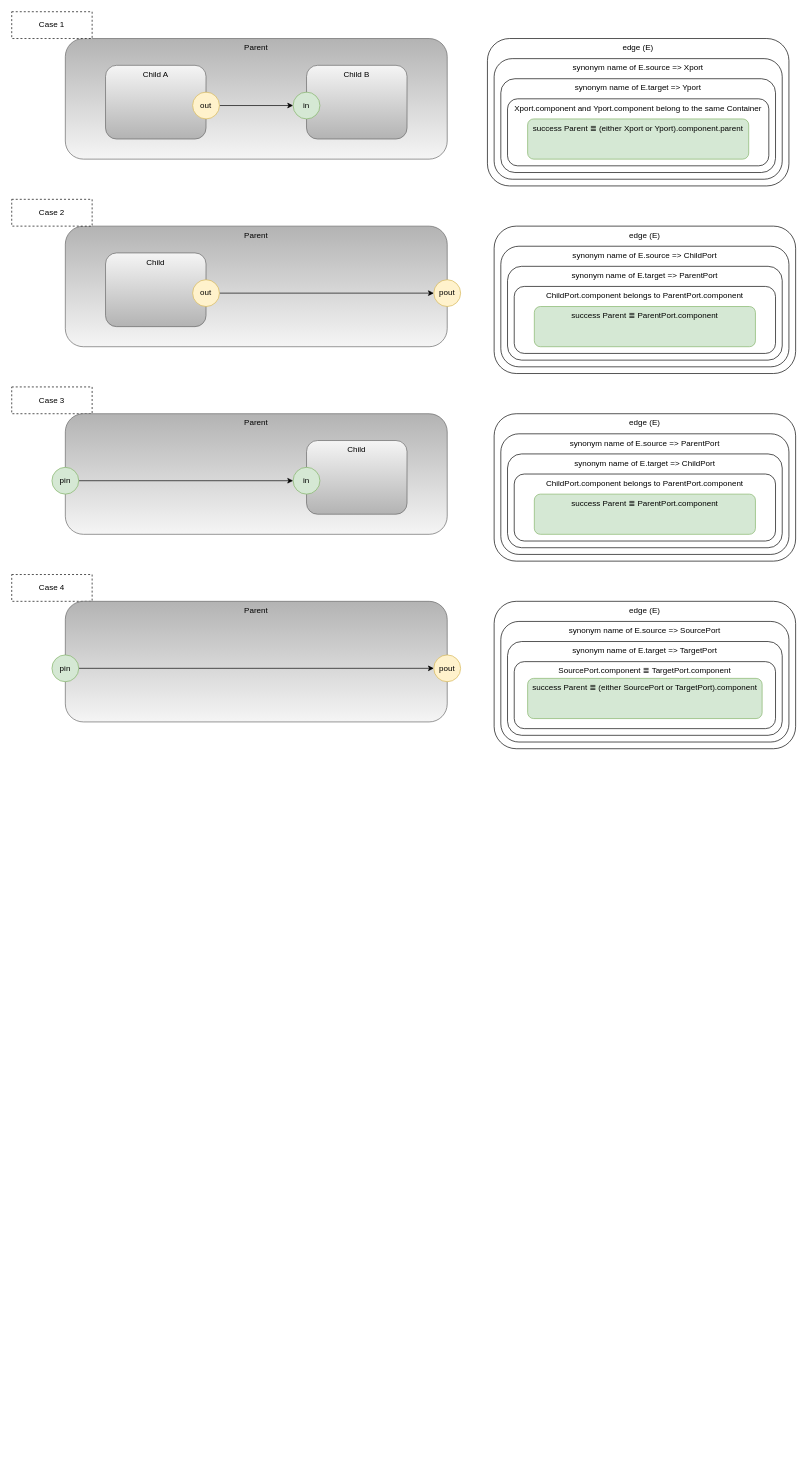
The draw.io diagram page "evaluation" (2 of 2) of das2f/connection containment.drawio in guitarvydas/das2json, before the edit. Source tidied: cells renumbered, new cells numbered last; positions are measured from the earlier drawing's top-left corner, leaving out a move shared by most shapes. Both pictures are drawn from the tidied source at 67%, with x=0, y=0 at pixel (11, 11).
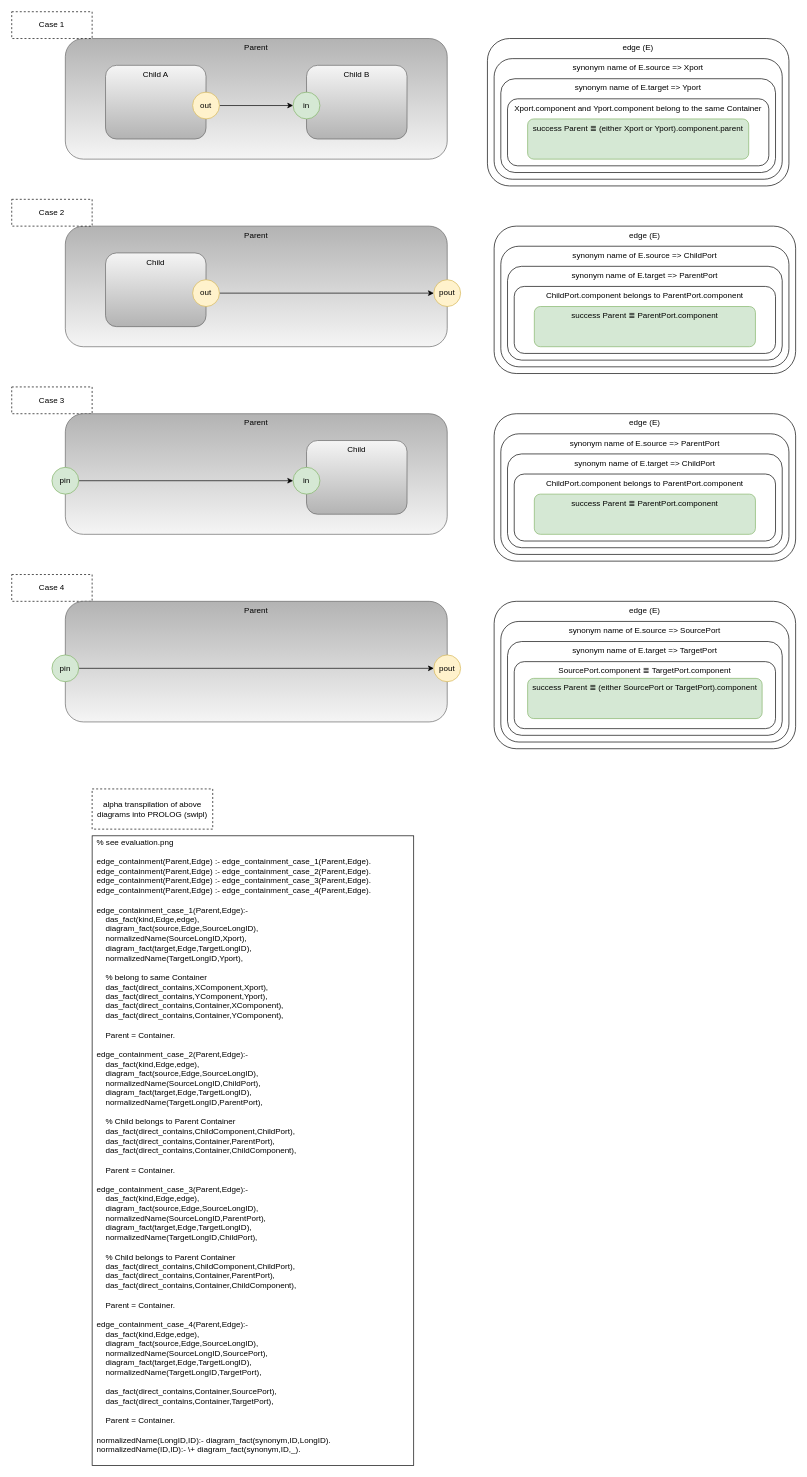
The same page after the edit.

The edit, as a diff of the source:
```diff
@@
+    <mxCell id="46" value="&lt;div&gt;% see evaluation.png&lt;/div&gt;&lt;div&gt;&lt;br&gt;&lt;/div&gt;&lt;div&gt;edge_containment(Parent,Edge) :- edge_containment_case_1(Parent,Edge).&lt;/div&gt;&lt;div&gt;edge_containment(Parent,Edge) :- edge_containment_case_2(Parent,Edge).&lt;/div&gt;&lt;div&gt;edge_containment(Parent,Edge) :- edge_containment_case_3(Parent,Edge).&lt;/div&gt;&lt;div&gt;edge_containment(Parent,Edge) :- edge_containment_case_4(Parent,Edge).&lt;/div&gt;&lt;div&gt;&lt;br&gt;&lt;/div&gt;&lt;div&gt;edge_containment_case_1(Parent,Edge):-&lt;/div&gt;&lt;div&gt;&amp;nbsp; &amp;nbsp; das_fact(kind,Edge,edge),&lt;/div&gt;&lt;div&gt;&amp;nbsp; &amp;nbsp; diagram_fact(source,Edge,SourceLongID),&lt;/div&gt;&lt;div&gt;&amp;nbsp; &amp;nbsp; normalizedName(SourceLongID,Xport),&lt;/div&gt;&lt;div&gt;&amp;nbsp; &amp;nbsp; diagram_fact(target,Edge,TargetLongID),&lt;/div&gt;&lt;div&gt;&amp;nbsp; &amp;nbsp; normalizedName(TargetLongID,Yport),&lt;/div&gt;&lt;div&gt;&amp;nbsp; &amp;nbsp;&amp;nbsp;&lt;/div&gt;&lt;div&gt;&amp;nbsp; &amp;nbsp; % belong to same Container&lt;/div&gt;&lt;div&gt;&amp;nbsp; &amp;nbsp; das_fact(direct_contains,XComponent,Xport),&lt;/div&gt;&lt;div&gt;&amp;nbsp; &amp;nbsp; das_fact(direct_contains,YComponent,Yport),&lt;/div&gt;&lt;div&gt;&amp;nbsp; &amp;nbsp; das_fact(direct_contains,Container,XComponent),&lt;/div&gt;&lt;div&gt;&amp;nbsp; &amp;nbsp; das_fact(direct_contains,Container,YComponent),&lt;/div&gt;&lt;div&gt;&amp;nbsp; &amp;nbsp;&amp;nbsp;&lt;/div&gt;&lt;div&gt;&amp;nbsp; &amp;nbsp; Parent = Container.&lt;/div&gt;&lt;div&gt;&lt;br&gt;&lt;/div&gt;&lt;div&gt;edge_containment_case_2(Parent,Edge):-&lt;/div&gt;&lt;div&gt;&amp;nbsp; &amp;nbsp; das_fact(kind,Edge,edge),&lt;/div&gt;&lt;div&gt;&amp;nbsp; &amp;nbsp; diagram_fact(source,Edge,SourceLongID),&lt;/div&gt;&lt;div&gt;&amp;nbsp; &amp;nbsp; normalizedName(SourceLongID,ChildPort),&lt;/div&gt;&lt;div&gt;&amp;nbsp; &amp;nbsp; diagram_fact(target,Edge,TargetLongID),&lt;/div&gt;&lt;div&gt;&amp;nbsp; &amp;nbsp; normalizedName(TargetLongID,ParentPort),&lt;/div&gt;&lt;div&gt;&amp;nbsp; &amp;nbsp;&amp;nbsp;&lt;/div&gt;&lt;div&gt;&amp;nbsp; &amp;nbsp; % Child belongs to Parent Container&lt;/div&gt;&lt;div&gt;&amp;nbsp; &amp;nbsp; das_fact(direct_contains,ChildComponent,ChildPort),&lt;/div&gt;&lt;div&gt;&amp;nbsp; &amp;nbsp; das_fact(direct_contains,Container,ParentPort),&lt;/div&gt;&lt;div&gt;&amp;nbsp; &amp;nbsp; das_fact(direct_contains,Container,ChildComponent),&lt;/div&gt;&lt;div&gt;&amp;nbsp; &amp;nbsp;&amp;nbsp;&lt;/div&gt;&lt;div&gt;&amp;nbsp; &amp;nbsp; Parent = Container.&lt;/div&gt;&lt;div&gt;&lt;br&gt;&lt;/div&gt;&lt;div&gt;edge_containment_case_3(Parent,Edge):-&lt;/div&gt;&lt;div&gt;&amp;nbsp; &amp;nbsp; das_fact(kind,Edge,edge),&lt;/div&gt;&lt;div&gt;&amp;nbsp; &amp;nbsp; diagram_fact(source,Edge,SourceLongID),&lt;/div&gt;&lt;div&gt;&amp;nbsp; &amp;nbsp; normalizedName(SourceLongID,ParentPort),&lt;/div&gt;&lt;div&gt;&amp;nbsp; &amp;nbsp; diagram_fact(target,Edge,TargetLongID),&lt;/div&gt;&lt;div&gt;&amp;nbsp; &amp;nbsp; normalizedName(TargetLongID,ChildPort),&lt;/div&gt;&lt;div&gt;&amp;nbsp; &amp;nbsp;&amp;nbsp;&lt;/div&gt;&lt;div&gt;&amp;nbsp; &amp;nbsp; % Child belongs to Parent Container&lt;/div&gt;&lt;div&gt;&amp;nbsp; &amp;nbsp; das_fact(direct_contains,ChildComponent,ChildPort),&lt;/div&gt;&lt;div&gt;&amp;nbsp; &amp;nbsp; das_fact(direct_contains,Container,ParentPort),&lt;/div&gt;&lt;div&gt;&amp;nbsp; &amp;nbsp; das_fact(direct_contains,Container,ChildComponent),&lt;/div&gt;&lt;div&gt;&amp;nbsp; &amp;nbsp;&amp;nbsp;&lt;/div&gt;&lt;div&gt;&amp;nbsp; &amp;nbsp; Parent = Container.&lt;/div&gt;&lt;div&gt;&lt;br&gt;&lt;/div&gt;&lt;div&gt;edge_containment_case_4(Parent,Edge):-&lt;/div&gt;&lt;div&gt;&amp;nbsp; &amp;nbsp; das_fact(kind,Edge,edge),&lt;/div&gt;&lt;div&gt;&amp;nbsp; &amp;nbsp; diagram_fact(source,Edge,SourceLongID),&lt;/div&gt;&lt;div&gt;&amp;nbsp; &amp;nbsp; normalizedName(SourceLongID,SourcePort),&lt;/div&gt;&lt;div&gt;&amp;nbsp; &amp;nbsp; diagram_fact(target,Edge,TargetLongID),&lt;/div&gt;&lt;div&gt;&amp;nbsp; &amp;nbsp; normalizedName(TargetLongID,TargetPort),&lt;/div&gt;&lt;div&gt;&amp;nbsp; &amp;nbsp;&amp;nbsp;&lt;/div&gt;&lt;div&gt;&amp;nbsp; &amp;nbsp; das_fact(direct_contains,Container,SourcePort),&lt;/div&gt;&lt;div&gt;&amp;nbsp; &amp;nbsp; das_fact(direct_contains,Container,TargetPort),&lt;/div&gt;&lt;div&gt;&amp;nbsp; &amp;nbsp;&amp;nbsp;&lt;/div&gt;&lt;div&gt;&amp;nbsp; &amp;nbsp; Parent = Container.&lt;/div&gt;&lt;div&gt;&lt;br&gt;&lt;/div&gt;&lt;div&gt;normalizedName(LongID,ID):- diagram_fact(synonym,ID,LongID).&lt;/div&gt;&lt;div&gt;normalizedName(ID,ID):- \+ diagram_fact(synonym,ID,_).&lt;/div&gt;&lt;div&gt;&lt;br&gt;&lt;/div&gt;" style="rounded=0;whiteSpace=wrap;html=1;align=left;spacingLeft=5;" parent="1" vertex="1">
+      <mxGeometry x="120" y="1230" width="480" height="940" as="geometry" />
+    </mxCell>
+    <mxCell id="47" value="alpha transpilation of above diagrams into PROLOG (swipl)" style="rounded=0;whiteSpace=wrap;html=1;dashed=1;" parent="1" vertex="1">
+      <mxGeometry x="120" y="1160" width="180" height="60" as="geometry" />
+    </mxCell>
```
